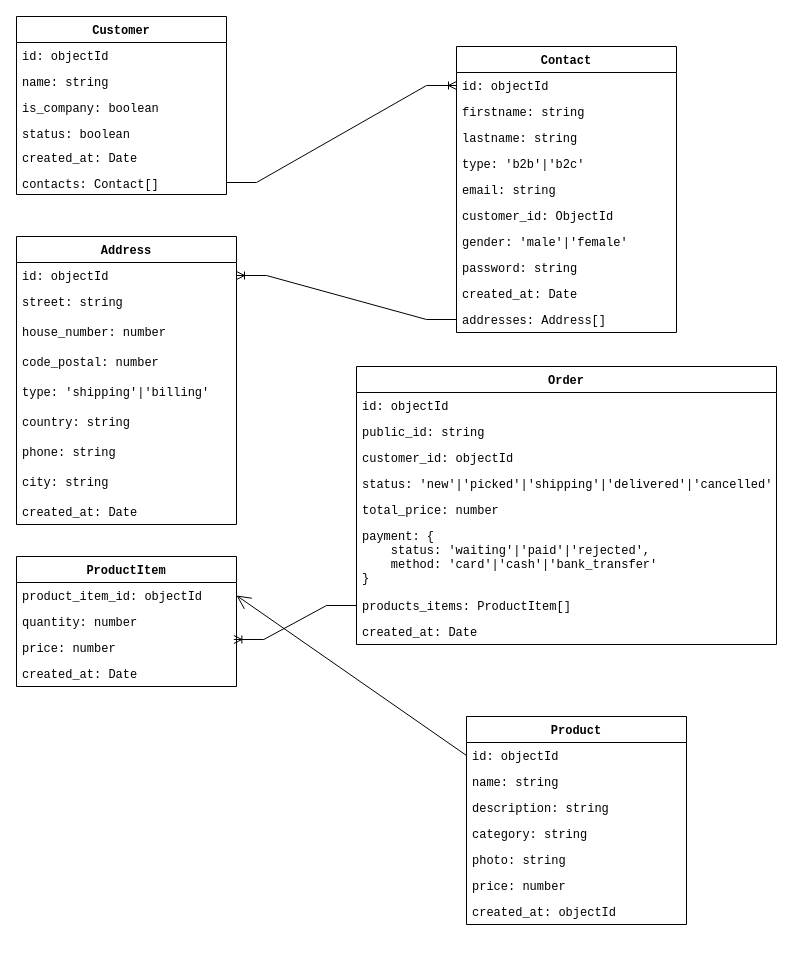
Earlier version of the draw.io diagram mini-crm.drawio (ylahssini/dx-blog). Source tidied: cells renumbered, new cells numbered last; positions are measured from the earlier drawing's top-left corner, leaving out a move shared by most shapes. Both pictures are drawn from the tidied source at 100%, with x=0, y=0 at pixel (16, 16).
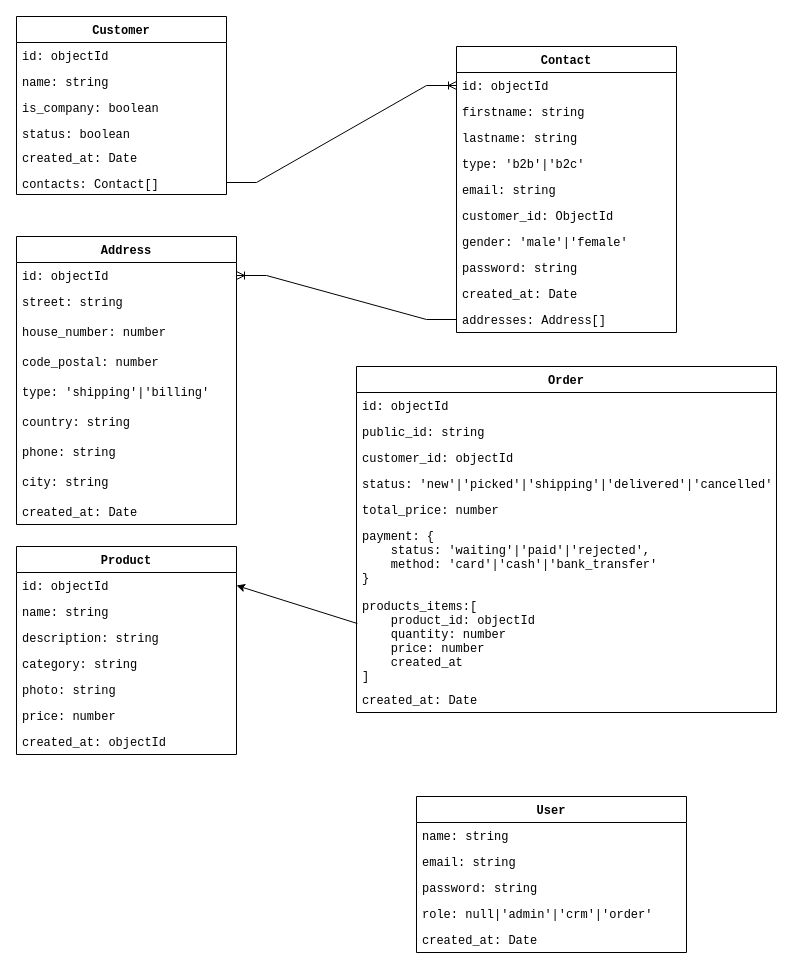
The same page after the edit.

Unchanged cells that the change refers to:
```xml
<mxCell id="33" value="id: objectId" style="text;strokeColor=none;fillColor=none;align=left;verticalAlign=top;spacingLeft=4;spacingRight=4;overflow=hidden;points=[[0,0.5],[1,0.5]];portConstraint=eastwest;fontFamily=Courier New;" parent="32" vertex="1">
  <mxGeometry y="26" width="220" height="26" as="geometry" />
</mxCell>
```

The edit, as a diff of the source:
```diff
@@
     <mxCell id="32" value="Product" style="swimlane;fontStyle=1;horizontal=1;startSize=26;fillColor=none;fontFamily=Courier New;" parent="1" vertex="1">
-      <mxGeometry x="450" y="700" width="220" height="208" as="geometry" />
+      <mxGeometry y="530" width="220" height="208" as="geometry" />
     </mxCell>
@@
     <mxCell id="40" value="Order" style="swimlane;fontStyle=1;horizontal=1;startSize=26;fillColor=none;fontFamily=Courier New;" parent="1" vertex="1">
-      <mxGeometry x="340" y="350" width="420" height="278" as="geometry" />
+      <mxGeometry x="340" y="350" width="420" height="346" as="geometry" />
     </mxCell>
@@
-    <mxCell id="47" value="products_items: ProductItem[]" style="text;strokeColor=none;fillColor=none;align=left;verticalAlign=top;spacingLeft=4;spacingRight=4;overflow=hidden;points=[[0,0.5],[1,0.5]];portConstraint=eastwest;fontFamily=Courier New;" parent="40" vertex="1">
-      <mxGeometry y="226" width="420" height="26" as="geometry" />
+    <mxCell id="47" value="products_items:[&#10;    product_id: objectId&#10;    quantity: number&#10;    price: number&#10;    created_at&#10;]" style="text;strokeColor=none;fillColor=none;align=left;verticalAlign=top;spacingLeft=4;spacingRight=4;overflow=hidden;points=[[0,0.5],[1,0.5]];portConstraint=eastwest;fontFamily=Courier New;" parent="40" vertex="1">
+      <mxGeometry y="226" width="420" height="94" as="geometry" />
     </mxCell>
     <mxCell id="48" value="created_at: Date" style="text;strokeColor=none;fillColor=none;align=left;verticalAlign=top;spacingLeft=4;spacingRight=4;overflow=hidden;fontFamily=Courier New;" parent="40" vertex="1">
-      <mxGeometry y="252" width="420" height="26" as="geometry" />
+      <mxGeometry y="320" width="420" height="26" as="geometry" />
     </mxCell>
-    <mxCell id="49" style="edgeStyle=entityRelationEdgeStyle;fontSize=12;html=1;endArrow=ERoneToMany;rounded=0;entryX=0.988;entryY=1.192;entryDx=0;entryDy=0;exitX=0;exitY=0.5;exitDx=0;exitDy=0;entryPerimeter=0;fontFamily=Courier New;" parent="1" edge="1" source="47" target="52">
-      <mxGeometry relative="1" as="geometry" />
-    </mxCell>
-    <mxCell id="50" value="ProductItem" style="swimlane;fontStyle=1;horizontal=1;startSize=26;fillColor=none;fontFamily=Courier New;" parent="1" vertex="1">
-      <mxGeometry y="540" width="220" height="130" as="geometry" />
-    </mxCell>
-    <mxCell id="51" value="product_item_id: objectId" style="text;strokeColor=none;fillColor=none;align=left;verticalAlign=top;spacingLeft=4;spacingRight=4;overflow=hidden;points=[[0,0.5],[1,0.5]];portConstraint=eastwest;fontFamily=Courier New;" parent="50" vertex="1">
-      <mxGeometry y="26" width="220" height="26" as="geometry" />
-    </mxCell>
-    <mxCell id="52" value="quantity: number" style="text;strokeColor=none;fillColor=none;align=left;verticalAlign=top;spacingLeft=4;spacingRight=4;overflow=hidden;points=[[0,0.5],[1,0.5]];portConstraint=eastwest;fontFamily=Courier New;" parent="50" vertex="1">
-      <mxGeometry y="52" width="220" height="26" as="geometry" />
-    </mxCell>
-    <mxCell id="53" value="price: number" style="text;strokeColor=none;fillColor=none;align=left;verticalAlign=top;spacingLeft=4;spacingRight=4;overflow=hidden;fontFamily=Courier New;" parent="50" vertex="1">
-      <mxGeometry y="78" width="220" height="26" as="geometry" />
-    </mxCell>
+    <mxCell id="56" value="User" style="swimlane;fontStyle=1;horizontal=1;startSize=26;fillColor=none;fontFamily=Courier New;" parent="1" vertex="1">
+      <mxGeometry x="400" y="780" width="270" height="156" as="geometry" />
+    </mxCell>
+    <mxCell id="57" value="name: string" style="text;strokeColor=none;fillColor=none;align=left;verticalAlign=top;spacingLeft=4;spacingRight=4;overflow=hidden;fontFamily=Courier New;" parent="56" vertex="1">
+      <mxGeometry y="26" width="270" height="26" as="geometry" />
+    </mxCell>
+    <mxCell id="58" value="email: string" style="text;strokeColor=none;fillColor=none;align=left;verticalAlign=top;spacingLeft=4;spacingRight=4;overflow=hidden;fontFamily=Courier New;" parent="56" vertex="1">
+      <mxGeometry y="52" width="270" height="26" as="geometry" />
+    </mxCell>
+    <mxCell id="59" value="password: string" style="text;strokeColor=none;fillColor=none;align=left;verticalAlign=top;spacingLeft=4;spacingRight=4;overflow=hidden;fontFamily=Courier New;" parent="56" vertex="1">
+      <mxGeometry y="78" width="270" height="26" as="geometry" />
+    </mxCell>
+    <mxCell id="60" value="role: null|'admin'|'crm'|'order'" style="text;strokeColor=none;fillColor=none;align=left;verticalAlign=top;spacingLeft=4;spacingRight=4;overflow=hidden;fontFamily=Courier New;" parent="56" vertex="1">
+      <mxGeometry y="104" width="270" height="26" as="geometry" />
+    </mxCell>
-    <mxCell id="54" value="created_at: Date" style="text;strokeColor=none;fillColor=none;align=left;verticalAlign=top;spacingLeft=4;spacingRight=4;overflow=hidden;fontFamily=Courier New;" parent="50" vertex="1">
-      <mxGeometry y="104" width="220" height="26" as="geometry" />
+    <mxCell id="54" value="created_at: Date" style="text;strokeColor=none;fillColor=none;align=left;verticalAlign=top;spacingLeft=4;spacingRight=4;overflow=hidden;fontFamily=Courier New;" parent="56" vertex="1">
+      <mxGeometry y="130" width="270" height="26" as="geometry" />
     </mxCell>
-    <mxCell id="55" style="endArrow=open;endFill=1;endSize=12;html=1;rounded=0;exitX=0;exitY=0.5;exitDx=0;exitDy=0;entryX=1;entryY=0.5;entryDx=0;entryDy=0;fontFamily=Courier New;" parent="1" edge="1" source="33" target="51">
-      <mxGeometry relative="1" as="geometry" />
-    </mxCell>
+    <mxCell id="61" style="endArrow=classic;html=1;rounded=0;fontFamily=Courier New;entryX=1;entryY=0.5;entryDx=0;entryDy=0;exitX=0.002;exitY=0.33;exitDx=0;exitDy=0;exitPerimeter=0;" parent="1" edge="1" source="47" target="33">
+      <mxGeometry relative="1" as="geometry" />
+    </mxCell>
```
